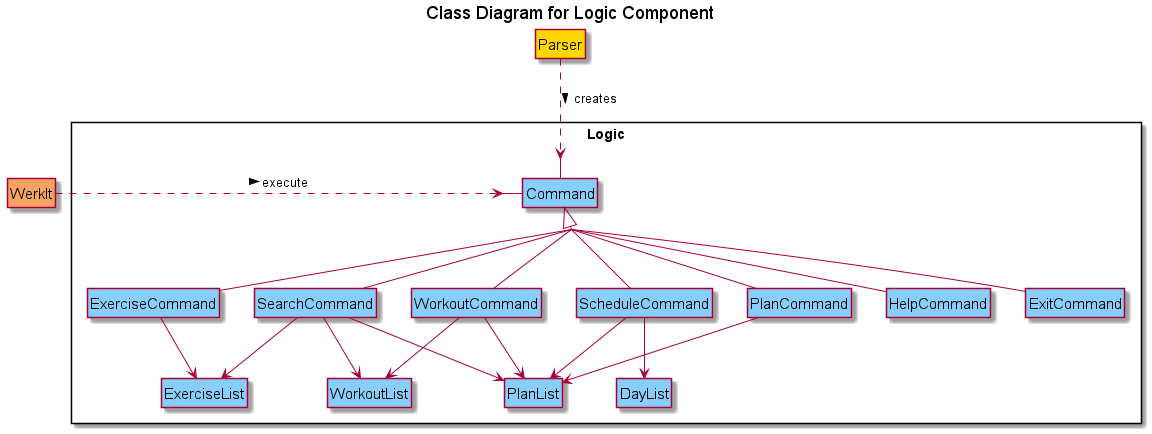
nus-cs2113-AY2122S2/tp keeps this PlantUML diagram as docs/uml/classDiagrams/images/logicComponent.png. Above is the earlier version. The source it was exported from:
```plantuml
@startuml
skinparam groupInheritance 2
skinparam classFontSize 15
hide circle
hide empty methods
hide empty attribute
title Class Diagram for Logic Component

rectangle Logic {
Command <|-- HelpCommand
Command <|-- ExitCommand
Command <|-- ExerciseCommand
Command <|-- WorkoutCommand
Command <|-- PlanCommand
Command <|-- ScheduleCommand
Command <|-- SearchCommand
ExerciseList <-u- ExerciseCommand
WorkoutList <-u- WorkoutCommand
PlanList <-u- WorkoutCommand
PlanList <-u- PlanCommand
PlanList <-u- ScheduleCommand
DayList <-u- ScheduleCommand
ExerciseList <-u- SearchCommand
WorkoutList <-u- SearchCommand
PlanList <-u- SearchCommand
}

Parser-.>Command:creates >
WerkIt-r.>Command: execute >

class "{abstract}\nCommand" as Command #LightSkyBlue {
}
class Parser #Gold {
}
class WerkIt #Sandybrown {
}
class HelpCommand #LightSkyBlue {
}
class ExitCommand #LightSkyBlue {
}
class ExerciseCommand #LightSkyBlue {
}
class WorkoutCommand #LightSkyBlue {
}
class PlanCommand #LightSkyBlue {
}
class ScheduleCommand #LightSkyBlue {
}
class SearchCommand #LightSkyBlue {
}
class ExerciseList #LightSkyBlue {
}
class WorkoutList #LightSkyBlue {
}
class PlanList #LightSkyBlue {
}
class DayList #LightSkyBlue {
}
@enduml
```
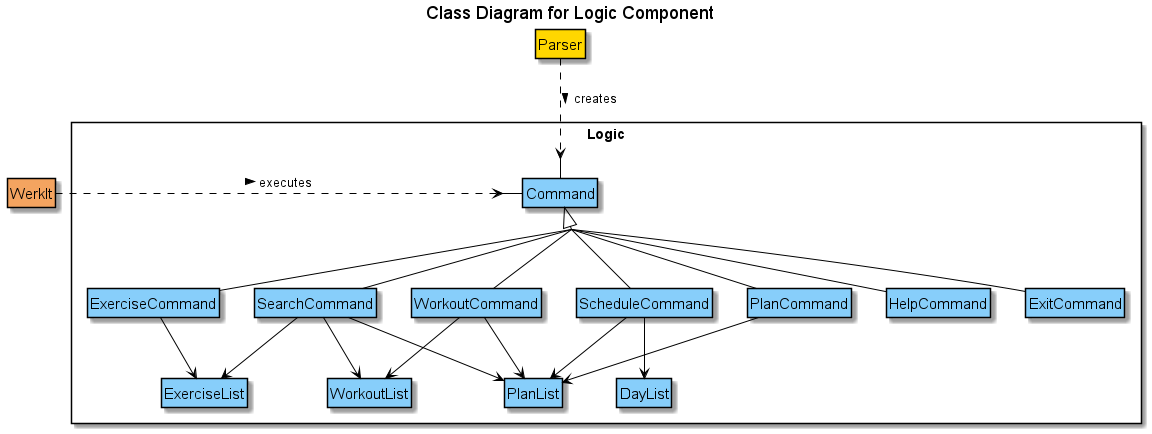
Later version of the same file.

Commit message:
Update logic component writeup and diagrams

Diff of the diagram source:
```diff
@@ -1,6 +1,8 @@
 @startuml
 skinparam groupInheritance 2
 skinparam classFontSize 15
+skinparam arrowColor #Black
+skinparam classBorderColor #Black
 hide circle
 hide empty methods
 hide empty attribute
@@ -26,7 +28,7 @@
 }
 
 Parser-.>Command:creates >
-WerkIt-r.>Command: execute >
+WerkIt-r.>Command: executes >
 
 class "{abstract}\nCommand" as Command #LightSkyBlue {
 }
```
